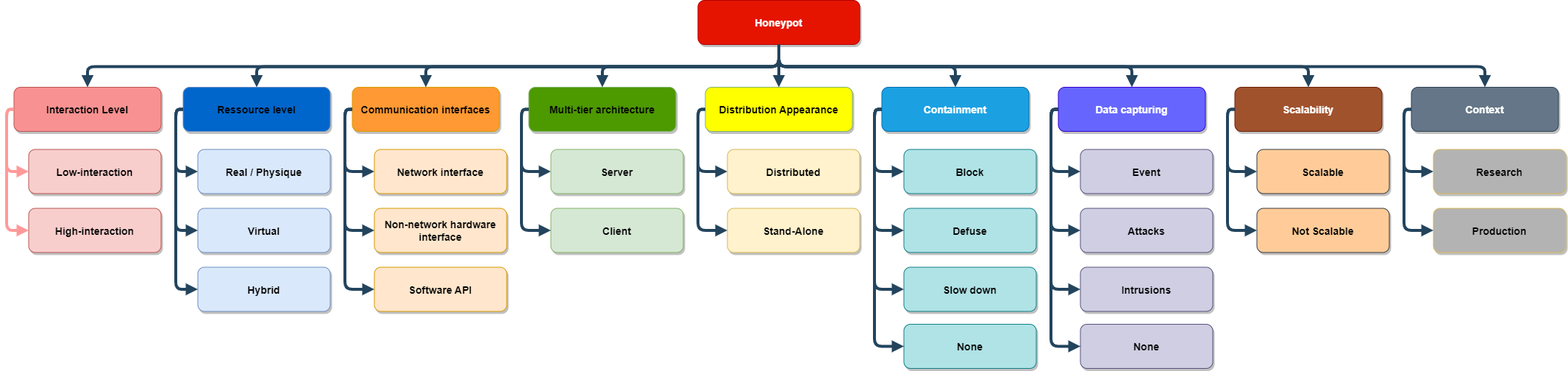
Above: IMAGES/Honeypot-Characteristics.drawio.png in cetic/honeypot (draw.io), before the change. Source tidied: cells renumbered, new cells last; positions are measured from the earlier drawing's top-left corner, leaving out a move shared by most shapes.
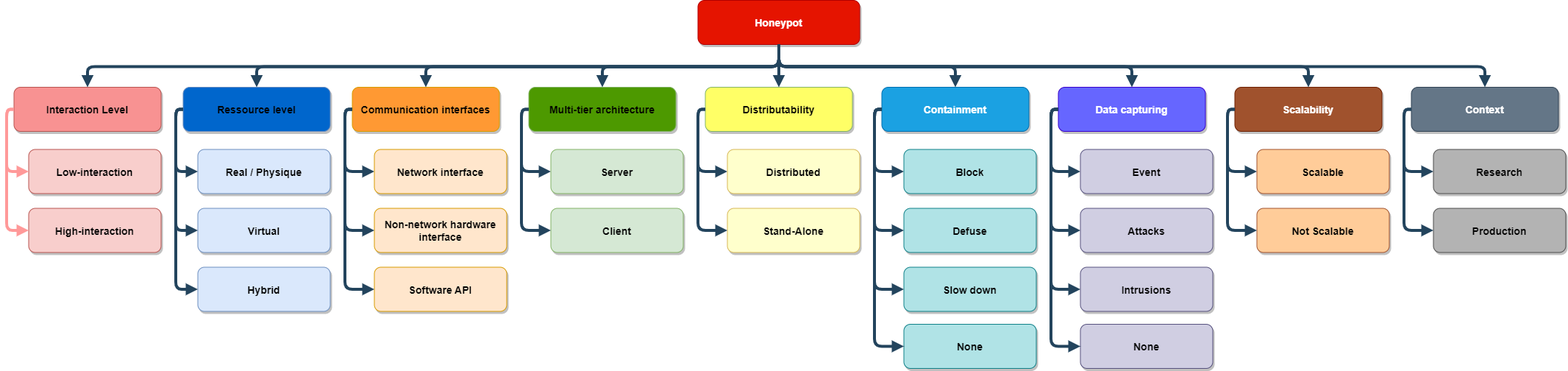
After the change.

Commit message:
Strength and weakness of characteristics -> to Review

The edit, as a diff of the source:
```diff
@@ -200,10 +200,10 @@
         </Array>
       </mxGeometry>
     </mxCell>
-    <mxCell id="31" value="Distribution Appearance" style="rounded=1;fillColor=#FFFF00;strokeColor=#82b366;shadow=1;fontStyle=1;fontSize=14;" parent="1" vertex="1">
+    <mxCell id="31" value="Distributability" style="rounded=1;fillColor=#FFFF66;strokeColor=#82b366;shadow=1;fontStyle=1;fontSize=14;" parent="1" vertex="1">
       <mxGeometry x="1060" y="118" width="200" height="60" as="geometry" />
     </mxCell>
-    <mxCell id="32" value="Stand-Alone" style="rounded=1;fillColor=#fff2cc;strokeColor=#d6b656;shadow=1;fontStyle=1;fontSize=14;" parent="1" vertex="1">
+    <mxCell id="32" value="Stand-Alone" style="rounded=1;fillColor=#FFFFCC;strokeColor=#d6b656;shadow=1;fontStyle=1;fontSize=14;" parent="1" vertex="1">
       <mxGeometry x="1090" y="282.5" width="180" height="60" as="geometry" />
     </mxCell>
     <mxCell id="33" style="edgeStyle=elbowEdgeStyle;elbow=vertical;strokeWidth=4;endArrow=block;endFill=1;fontStyle=1;strokeColor=#23445D;exitX=0;exitY=0.5;exitDx=0;exitDy=0;entryX=0;entryY=0.5;entryDx=0;entryDy=0;" parent="1" edge="1" source="31" target="34">
@@ -218,7 +218,7 @@
         </Array>
       </mxGeometry>
     </mxCell>
-    <mxCell id="34" value="Distributed" style="rounded=1;fillColor=#fff2cc;strokeColor=#d6b656;shadow=1;fontStyle=1;fontSize=14;" parent="1" vertex="1">
+    <mxCell id="34" value="Distributed" style="rounded=1;fillColor=#FFFFCC;strokeColor=#d6b656;shadow=1;fontStyle=1;fontSize=14;" parent="1" vertex="1">
       <mxGeometry x="1090" y="202.5" width="180" height="60" as="geometry" />
     </mxCell>
     <mxCell id="35" style="edgeStyle=elbowEdgeStyle;elbow=vertical;strokeWidth=4;endArrow=block;endFill=1;fontStyle=1;strokeColor=#23445D;exitX=0;exitY=0.5;exitDx=0;exitDy=0;entryX=0;entryY=0.5;entryDx=0;entryDy=0;" parent="1" edge="1" source="31" target="32">
@@ -314,7 +314,7 @@
     <mxCell id="47" value="Scalability" style="rounded=1;fillColor=#a0522d;strokeColor=#6D1F00;shadow=1;fontStyle=1;fontSize=14;fontColor=#ffffff;" parent="1" vertex="1">
       <mxGeometry x="1780" y="118" width="200" height="60" as="geometry" />
     </mxCell>
-    <mxCell id="48" value="Not Scalable" style="rounded=1;fillColor=#ffcc99;strokeColor=#36393d;shadow=1;fontStyle=1;fontSize=14;" parent="1" vertex="1">
+    <mxCell id="48" value="Not Scalable" style="rounded=1;fillColor=#ffcc99;strokeColor=#A0522D;shadow=1;fontStyle=1;fontSize=14;" parent="1" vertex="1">
       <mxGeometry x="1810" y="282.5" width="180" height="60" as="geometry" />
     </mxCell>
     <mxCell id="49" style="edgeStyle=elbowEdgeStyle;elbow=vertical;strokeWidth=4;endArrow=block;endFill=1;fontStyle=1;strokeColor=#23445D;exitX=0;exitY=0.5;exitDx=0;exitDy=0;entryX=0;entryY=0.5;entryDx=0;entryDy=0;" parent="1" edge="1" source="47" target="50">
@@ -329,7 +329,7 @@
         </Array>
       </mxGeometry>
     </mxCell>
-    <mxCell id="50" value="Scalable" style="rounded=1;fillColor=#ffcc99;strokeColor=#36393d;shadow=1;fontStyle=1;fontSize=14;" parent="1" vertex="1">
+    <mxCell id="50" value="Scalable" style="rounded=1;fillColor=#ffcc99;strokeColor=#A0522D;shadow=1;fontStyle=1;fontSize=14;" parent="1" vertex="1">
       <mxGeometry x="1810" y="202.5" width="180" height="60" as="geometry" />
     </mxCell>
     <mxCell id="51" style="edgeStyle=elbowEdgeStyle;elbow=vertical;strokeWidth=4;endArrow=block;endFill=1;fontStyle=1;strokeColor=#23445D;exitX=0;exitY=0.5;exitDx=0;exitDy=0;entryX=0;entryY=0.5;entryDx=0;entryDy=0;" parent="1" edge="1" source="47" target="48">
@@ -348,7 +348,7 @@
     <mxCell id="52" value="Context" style="rounded=1;fillColor=#647687;strokeColor=#314354;shadow=1;fontStyle=1;fontSize=14;fontColor=#ffffff;" parent="1" vertex="1">
       <mxGeometry x="2020" y="118" width="200" height="60" as="geometry" />
     </mxCell>
-    <mxCell id="53" value="Production" style="rounded=1;fillColor=#B3B3B3;strokeColor=#d6b656;shadow=1;fontStyle=1;fontSize=14;" parent="1" vertex="1">
+    <mxCell id="53" value="Production" style="rounded=1;fillColor=#B3B3B3;strokeColor=#4D4D4D;shadow=1;fontStyle=1;fontSize=14;" parent="1" vertex="1">
       <mxGeometry x="2050" y="282.5" width="180" height="60" as="geometry" />
     </mxCell>
     <mxCell id="54" style="edgeStyle=elbowEdgeStyle;elbow=vertical;strokeWidth=4;endArrow=block;endFill=1;fontStyle=1;strokeColor=#23445D;exitX=0;exitY=0.5;exitDx=0;exitDy=0;entryX=0;entryY=0.5;entryDx=0;entryDy=0;" parent="1" edge="1" source="52" target="55">
@@ -363,7 +363,7 @@
         </Array>
       </mxGeometry>
     </mxCell>
-    <mxCell id="55" value="Research" style="rounded=1;fillColor=#B3B3B3;strokeColor=#d6b656;shadow=1;fontStyle=1;fontSize=14;" parent="1" vertex="1">
+    <mxCell id="55" value="Research" style="rounded=1;fillColor=#B3B3B3;strokeColor=#4D4D4D;shadow=1;fontStyle=1;fontSize=14;" parent="1" vertex="1">
       <mxGeometry x="2050" y="202.5" width="180" height="60" as="geometry" />
     </mxCell>
     <mxCell id="56" style="edgeStyle=elbowEdgeStyle;elbow=vertical;strokeWidth=4;endArrow=block;endFill=1;fontStyle=1;strokeColor=#23445D;exitX=0;exitY=0.5;exitDx=0;exitDy=0;entryX=0;entryY=0.5;entryDx=0;entryDy=0;" parent="1" edge="1" source="52" target="53">
```
